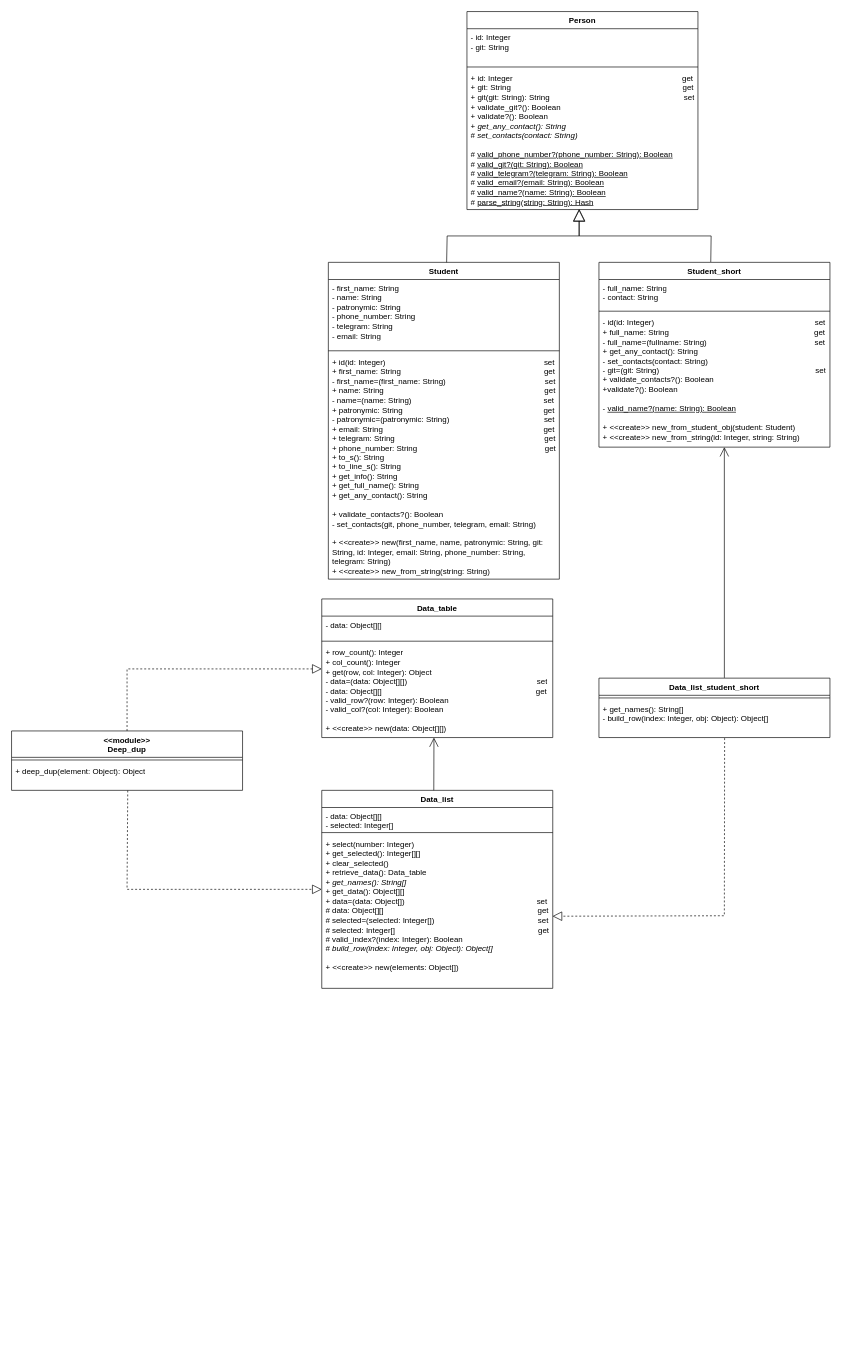
The draw.io diagram student/diagrams/class_diagram.drawio in ZaiiiRan/design_patterns, before the edit. Source tidied: cells renumbered, new cells numbered last; positions are measured from the earlier drawing's top-left corner, leaving out a move shared by most shapes. Both pictures are drawn from the tidied source at 66%, with x=0, y=0 at pixel (11, 11).
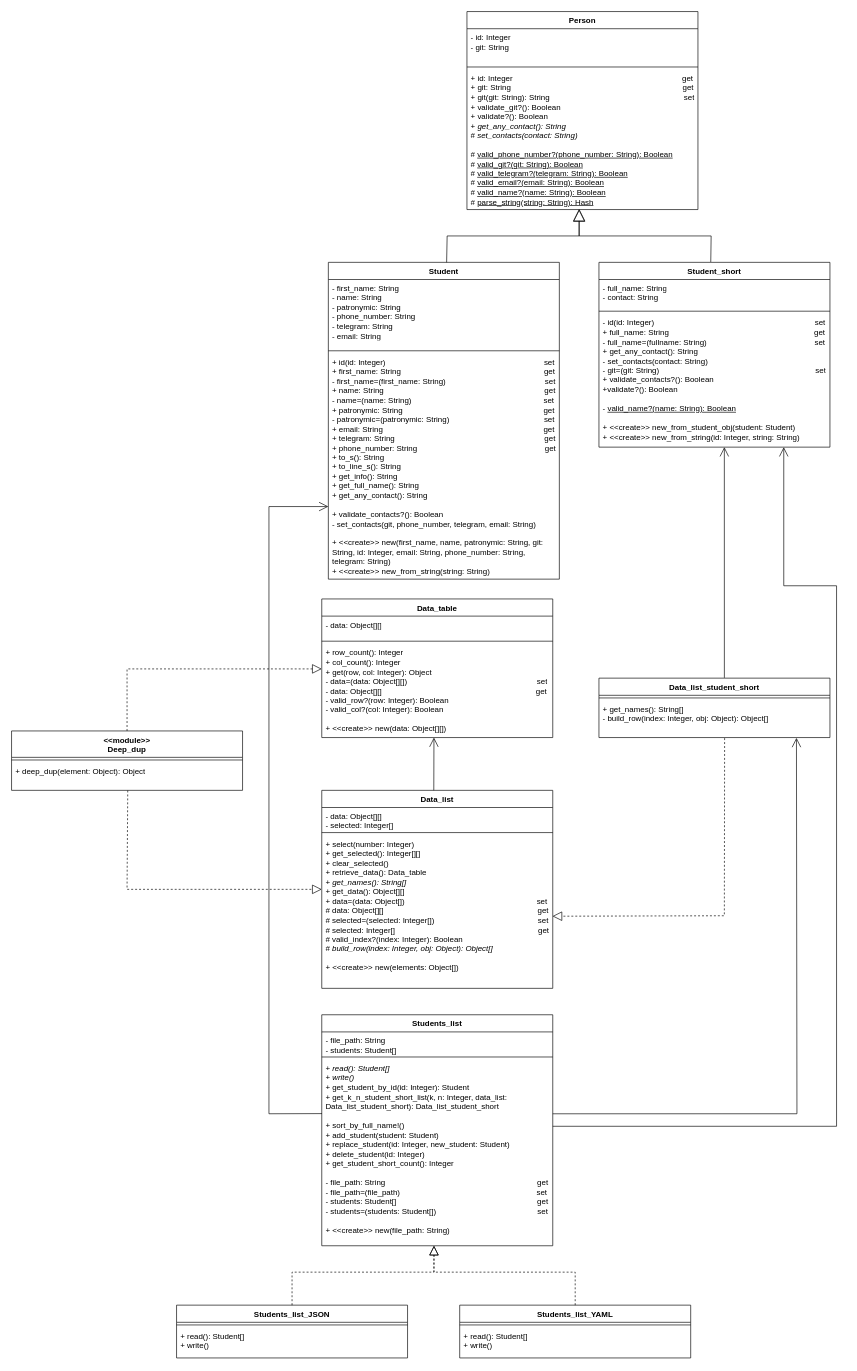
Above is the later version.

Unchanged cells that the change refers to:
```xml
<mxCell id="26" value="&lt;div&gt;+ get_names(): String[]&lt;br&gt;- build_row(index: Integer, obj: Object): Object[]&lt;/div&gt;" style="text;strokeColor=none;fillColor=none;align=left;verticalAlign=top;spacingLeft=4;spacingRight=4;overflow=hidden;points=[[0,0.5],[1,0.5]];portConstraint=eastwest;whiteSpace=wrap;html=1;" parent="24" vertex="1">
  <mxGeometry y="34" width="350" height="56" as="geometry" />
</mxCell>
```

What changed in the source:
```diff
@@
+    <mxCell id="35" value="Students_list" style="swimlane;fontStyle=1;align=center;verticalAlign=top;horizontal=1;startSize=26;whiteSpace=wrap;html=1;" parent="1" vertex="1">
+      <mxGeometry x="470" y="1520" width="350" height="350" as="geometry" />
+    </mxCell>
+    <mxCell id="36" value="- file_path: String&lt;br&gt;- students: Student[]" style="text;strokeColor=none;fillColor=none;align=left;verticalAlign=top;spacingLeft=4;spacingRight=4;overflow=hidden;whiteSpace=wrap;html=1;" parent="35" vertex="1">
+      <mxGeometry y="26" width="350" height="34" as="geometry" />
+    </mxCell>
+    <mxCell id="37" style="line;strokeWidth=1;fillColor=none;align=left;verticalAlign=middle;spacingTop=-1;spacingLeft=3;spacingRight=3;labelPosition=right;strokeColor=inherit;" parent="35" vertex="1">
+      <mxGeometry y="60" width="350" height="8" as="geometry" />
+    </mxCell>
+    <mxCell id="38" style="endArrow=open;endFill=1;endSize=12;html=1;rounded=0;exitX=0.001;exitY=0.29;exitDx=0;exitDy=0;exitPerimeter=0;" parent="35" edge="1" source="39">
+      <mxGeometry relative="1" as="geometry">
+        <mxPoint x="10" y="-770" as="targetPoint" />
+        <Array as="points">
+          <mxPoint x="-80" y="150" />
+          <mxPoint x="-80" y="-770" />
+        </Array>
+      </mxGeometry>
+    </mxCell>
+    <mxCell id="39" value="&lt;div&gt;+ &lt;i&gt;read(): Student[]&lt;/i&gt;&lt;br&gt;+ &lt;i&gt;write()&lt;/i&gt;&lt;br&gt;+ get_student_by_id(id: Integer): Student&lt;br&gt;+ get_k_n_student_short_list(k, n: Integer, data_list: Data_list_student_short): Data_list_student_short&lt;br&gt;&lt;br&gt;+ sort_by_full_name!()&lt;br&gt;+ add_student(student: Student)&lt;br&gt;+ replace_student(id: Integer, new_student: Student)&lt;br&gt;+ delete_student(id: Integer)&lt;br&gt;+ get_student_short_count(): Integer&lt;br&gt;&lt;br&gt;- file_path: String&amp;nbsp; &amp;nbsp; &amp;nbsp; &amp;nbsp; &amp;nbsp; &amp;nbsp; &amp;nbsp; &amp;nbsp; &amp;nbsp; &amp;nbsp; &amp;nbsp; &amp;nbsp; &amp;nbsp; &amp;nbsp; &amp;nbsp; &amp;nbsp; &amp;nbsp; &amp;nbsp; &amp;nbsp; &amp;nbsp; &amp;nbsp; &amp;nbsp; &amp;nbsp; &amp;nbsp; &amp;nbsp; &amp;nbsp; &amp;nbsp; &amp;nbsp; &amp;nbsp; &amp;nbsp; &amp;nbsp; &amp;nbsp; &amp;nbsp; &amp;nbsp; &amp;nbsp;get&lt;br&gt;- file_path=(file_path)&amp;nbsp; &amp;nbsp; &amp;nbsp; &amp;nbsp; &amp;nbsp; &amp;nbsp; &amp;nbsp; &amp;nbsp; &amp;nbsp; &amp;nbsp; &amp;nbsp; &amp;nbsp; &amp;nbsp; &amp;nbsp; &amp;nbsp; &amp;nbsp; &amp;nbsp; &amp;nbsp; &amp;nbsp; &amp;nbsp; &amp;nbsp; &amp;nbsp; &amp;nbsp; &amp;nbsp; &amp;nbsp; &amp;nbsp; &amp;nbsp; &amp;nbsp; &amp;nbsp; &amp;nbsp; &amp;nbsp; set&lt;br&gt;- students: Student[]&amp;nbsp; &amp;nbsp; &amp;nbsp; &amp;nbsp; &amp;nbsp; &amp;nbsp; &amp;nbsp; &amp;nbsp; &amp;nbsp; &amp;nbsp; &amp;nbsp; &amp;nbsp; &amp;nbsp; &amp;nbsp; &amp;nbsp; &amp;nbsp; &amp;nbsp; &amp;nbsp; &amp;nbsp; &amp;nbsp; &amp;nbsp; &amp;nbsp; &amp;nbsp; &amp;nbsp; &amp;nbsp; &amp;nbsp; &amp;nbsp; &amp;nbsp; &amp;nbsp; &amp;nbsp; &amp;nbsp; &amp;nbsp; get&lt;br&gt;- students=(students: Student[])&amp;nbsp; &amp;nbsp; &amp;nbsp; &amp;nbsp; &amp;nbsp; &amp;nbsp; &amp;nbsp; &amp;nbsp; &amp;nbsp; &amp;nbsp; &amp;nbsp; &amp;nbsp; &amp;nbsp; &amp;nbsp; &amp;nbsp; &amp;nbsp; &amp;nbsp; &amp;nbsp; &amp;nbsp; &amp;nbsp; &amp;nbsp; &amp;nbsp; &amp;nbsp; set&lt;br&gt;&lt;br&gt;+ &amp;lt;&amp;lt;create&amp;gt;&amp;gt; new(file_path: String)&lt;br&gt;&lt;br&gt;&lt;br&gt;&lt;/div&gt;" style="text;strokeColor=none;fillColor=none;align=left;verticalAlign=top;spacingLeft=4;spacingRight=4;overflow=hidden;points=[[0,0.5],[1,0.5]];portConstraint=eastwest;whiteSpace=wrap;html=1;" parent="35" vertex="1">
+      <mxGeometry y="68" width="350" height="282" as="geometry" />
+    </mxCell>
+    <mxCell id="40" value="Students_list_JSON" style="swimlane;fontStyle=1;align=center;verticalAlign=top;horizontal=1;startSize=26;whiteSpace=wrap;html=1;" parent="1" vertex="1">
+      <mxGeometry x="250" y="1960" width="350" height="80" as="geometry" />
+    </mxCell>
+    <mxCell id="41" style="line;strokeWidth=1;fillColor=none;align=left;verticalAlign=middle;spacingTop=-1;spacingLeft=3;spacingRight=3;labelPosition=right;strokeColor=inherit;" parent="40" vertex="1">
+      <mxGeometry y="26" width="350" height="8" as="geometry" />
+    </mxCell>
+    <mxCell id="42" value="&lt;div&gt;+ read(): Student[]&lt;br&gt;+ write()&lt;br&gt;&lt;br&gt;&lt;/div&gt;" style="text;strokeColor=none;fillColor=none;align=left;verticalAlign=top;spacingLeft=4;spacingRight=4;overflow=hidden;whiteSpace=wrap;html=1;" parent="40" vertex="1">
+      <mxGeometry y="34" width="350" height="46" as="geometry" />
+    </mxCell>
+    <mxCell id="43" value="Students_list_YAML" style="swimlane;fontStyle=1;align=center;verticalAlign=top;horizontal=1;startSize=26;whiteSpace=wrap;html=1;" parent="1" vertex="1">
+      <mxGeometry x="679" y="1960" width="350" height="80" as="geometry" />
+    </mxCell>
+    <mxCell id="44" style="line;strokeWidth=1;fillColor=none;align=left;verticalAlign=middle;spacingTop=-1;spacingLeft=3;spacingRight=3;labelPosition=right;strokeColor=inherit;" parent="43" vertex="1">
+      <mxGeometry y="26" width="350" height="8" as="geometry" />
+    </mxCell>
+    <mxCell id="45" value="&lt;div&gt;+ read(): Student[]&lt;br&gt;+ write()&lt;br&gt;&lt;br&gt;&lt;br&gt;&lt;br&gt;&lt;/div&gt;" style="text;strokeColor=none;fillColor=none;align=left;verticalAlign=top;spacingLeft=4;spacingRight=4;overflow=hidden;whiteSpace=wrap;html=1;" parent="43" vertex="1">
+      <mxGeometry y="34" width="350" height="46" as="geometry" />
+    </mxCell>
+    <mxCell id="46" style="endArrow=block;dashed=1;endFill=0;endSize=12;html=1;rounded=0;exitX=0.5;exitY=0;exitDx=0;exitDy=0;" parent="1" edge="1" source="43">
+      <mxGeometry relative="1" as="geometry">
+        <mxPoint x="640" y="1870" as="targetPoint" />
+        <Array as="points">
+          <mxPoint x="854" y="1910" />
+          <mxPoint x="640" y="1910" />
+        </Array>
+      </mxGeometry>
+    </mxCell>
+    <mxCell id="47" style="endArrow=block;dashed=1;endFill=0;endSize=12;html=1;rounded=0;entryX=0.486;entryY=1;entryDx=0;entryDy=0;entryPerimeter=0;exitX=0.5;exitY=0;exitDx=0;exitDy=0;" parent="1" edge="1" source="40" target="39">
+      <mxGeometry relative="1" as="geometry">
+        <Array as="points">
+          <mxPoint x="425" y="1910" />
+          <mxPoint x="640" y="1910" />
+        </Array>
+      </mxGeometry>
+    </mxCell>
+    <mxCell id="48" style="endArrow=open;endFill=1;endSize=12;html=1;rounded=0;exitX=1;exitY=0.291;exitDx=0;exitDy=0;exitPerimeter=0;entryX=0.855;entryY=1.009;entryDx=0;entryDy=0;entryPerimeter=0;" parent="1" edge="1" source="39" target="26">
+      <mxGeometry relative="1" as="geometry">
+        <Array as="points">
+          <mxPoint x="1190" y="1670" />
+        </Array>
+      </mxGeometry>
+    </mxCell>
+    <mxCell id="49" style="endArrow=open;endFill=1;endSize=12;html=1;rounded=0;exitX=1;exitY=0.291;exitDx=0;exitDy=0;exitPerimeter=0;" parent="1" edge="1">
+      <mxGeometry relative="1" as="geometry">
+        <mxPoint x="820" y="1689" as="sourcePoint" />
+        <mxPoint x="1170" y="660" as="targetPoint" />
+        <Array as="points">
+          <mxPoint x="1250" y="1689" />
+          <mxPoint x="1250" y="870" />
+          <mxPoint x="1170" y="870" />
+        </Array>
+      </mxGeometry>
+    </mxCell>
```
